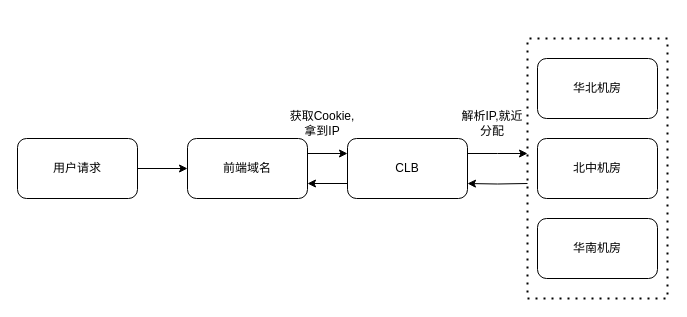
This is Load_banlance_freamwork_now.drawio from Henryblankwu/untitled7, a draw.io file, before an edit. Source tidied: cells renumbered, new cells numbered last; positions are measured from the earlier drawing's top-left corner, leaving out a move shared by most shapes. Both pictures are drawn from the tidied source at 100%, with x=0, y=0 at pixel (17, 38).
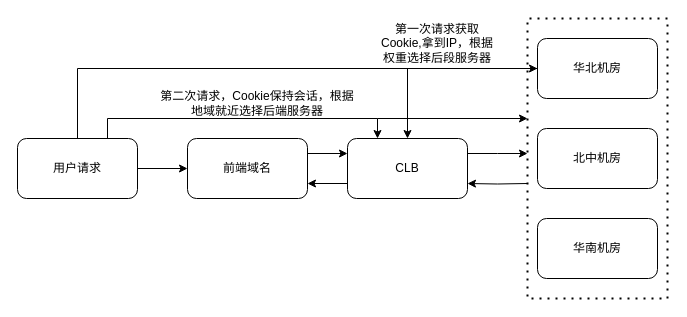
The same diagram, later.

Unchanged cells that the change refers to:
```xml
<mxCell id="3" value="用户请求" style="rounded=1;whiteSpace=wrap;html=1;" parent="1" vertex="1">
  <mxGeometry y="100" width="120" height="60" as="geometry" />
</mxCell>
<mxCell id="8" value="CLB" style="rounded=1;whiteSpace=wrap;html=1;" parent="1" vertex="1">
  <mxGeometry x="330" y="100" width="120" height="60" as="geometry" />
</mxCell>
```

Diff of the diagram source:
```diff
@@
+    <mxCell id="16" style="edgeStyle=orthogonalEdgeStyle;rounded=0;jettySize=auto;html=1;exitX=0.75;exitY=0;exitDx=0;exitDy=0;entryX=0.25;entryY=0;entryDx=0;entryDy=0;" parent="1" edge="1" source="3" target="8">
+      <mxGeometry relative="1" as="geometry">
+        <Array as="points">
+          <mxPoint x="90" y="80" />
+          <mxPoint x="360" y="80" />
+        </Array>
+      </mxGeometry>
+    </mxCell>
@@
+    <mxCell id="17" style="edgeStyle=orthogonalEdgeStyle;rounded=0;jettySize=auto;html=1;exitX=0.5;exitY=0;exitDx=0;exitDy=0;entryX=0;entryY=0.5;entryDx=0;entryDy=0;" parent="1" edge="1" source="3" target="9">
+      <mxGeometry relative="1" as="geometry">
+        <Array as="points">
+          <mxPoint x="60" y="30" />
+          <mxPoint x="520" y="30" />
+        </Array>
+      </mxGeometry>
+    </mxCell>
@@
+    <mxCell id="18" style="edgeStyle=orthogonalEdgeStyle;rounded=0;jettySize=auto;html=1;exitX=0;exitY=0.5;exitDx=0;exitDy=0;entryX=0.5;entryY=0;entryDx=0;entryDy=0;" parent="1" edge="1" source="9" target="8">
+      <mxGeometry relative="1" as="geometry" />
+    </mxCell>
     <mxCell id="9" value="华北机房" style="rounded=1;whiteSpace=wrap;html=1;" parent="1" vertex="1">
-      <mxGeometry x="520" y="20" width="120" height="60" as="geometry" />
+      <mxGeometry x="520" width="120" height="60" as="geometry" />
     </mxCell>
     <mxCell id="10" value="北中机房" style="rounded=1;whiteSpace=wrap;html=1;" parent="1" vertex="1">
-      <mxGeometry x="520" y="100" width="120" height="60" as="geometry" />
+      <mxGeometry x="520" y="90" width="120" height="60" as="geometry" />
     </mxCell>
@@
     <mxCell id="12" style="endArrow=none;dashed=1;html=1;dashPattern=1 3;strokeWidth=2;rounded=0;" parent="1" edge="1">
       <mxGeometry relative="1" as="geometry">
-        <mxPoint x="650" as="sourcePoint" />
-        <mxPoint x="650" as="targetPoint" />
+        <mxPoint x="650" y="-20" as="sourcePoint" />
+        <mxPoint x="650" y="-20" as="targetPoint" />
         <Array as="points">
-          <mxPoint x="510" />
+          <mxPoint x="580" y="-20" />
+          <mxPoint x="510" y="-20" />
           <mxPoint x="510" y="260" />
           <mxPoint x="650" y="260" />
         </Array>
       </mxGeometry>
     </mxCell>
@@
-    <mxCell id="14" value="获取Cookie,拿到IP&lt;br&gt;" style="text;html=1;strokeColor=none;fillColor=none;align=center;verticalAlign=middle;whiteSpace=wrap;rounded=0;" parent="1" vertex="1">
-      <mxGeometry x="270" y="70" width="70" height="30" as="geometry" />
+    <mxCell id="14" value="第一次请求获取Cookie,拿到IP，根据权重选择后段服务器" style="text;html=1;strokeColor=none;fillColor=none;align=center;verticalAlign=middle;whiteSpace=wrap;rounded=0;" parent="1" vertex="1">
+      <mxGeometry x="360" y="-10" width="120" height="30" as="geometry" />
     </mxCell>
-    <mxCell id="15" value="解析IP,就近分配" style="text;html=1;strokeColor=none;fillColor=none;align=center;verticalAlign=middle;whiteSpace=wrap;rounded=0;" parent="1" vertex="1">
-      <mxGeometry x="440" y="70" width="70" height="30" as="geometry" />
-    </mxCell>
+    <mxCell id="19" value="第二次请求，Cookie保持会话，根据地域就近选择后端服务器" style="text;html=1;strokeColor=none;fillColor=none;align=center;verticalAlign=middle;whiteSpace=wrap;rounded=0;" parent="1" vertex="1">
+      <mxGeometry x="140" y="50" width="200" height="30" as="geometry" />
+    </mxCell>
+    <mxCell id="20" style="endArrow=classic;html=1;rounded=0;" parent="1" edge="1">
+      <mxGeometry relative="1" as="geometry">
+        <mxPoint x="360" y="80" as="sourcePoint" />
+        <mxPoint x="510" y="80" as="targetPoint" />
+      </mxGeometry>
+    </mxCell>
```
